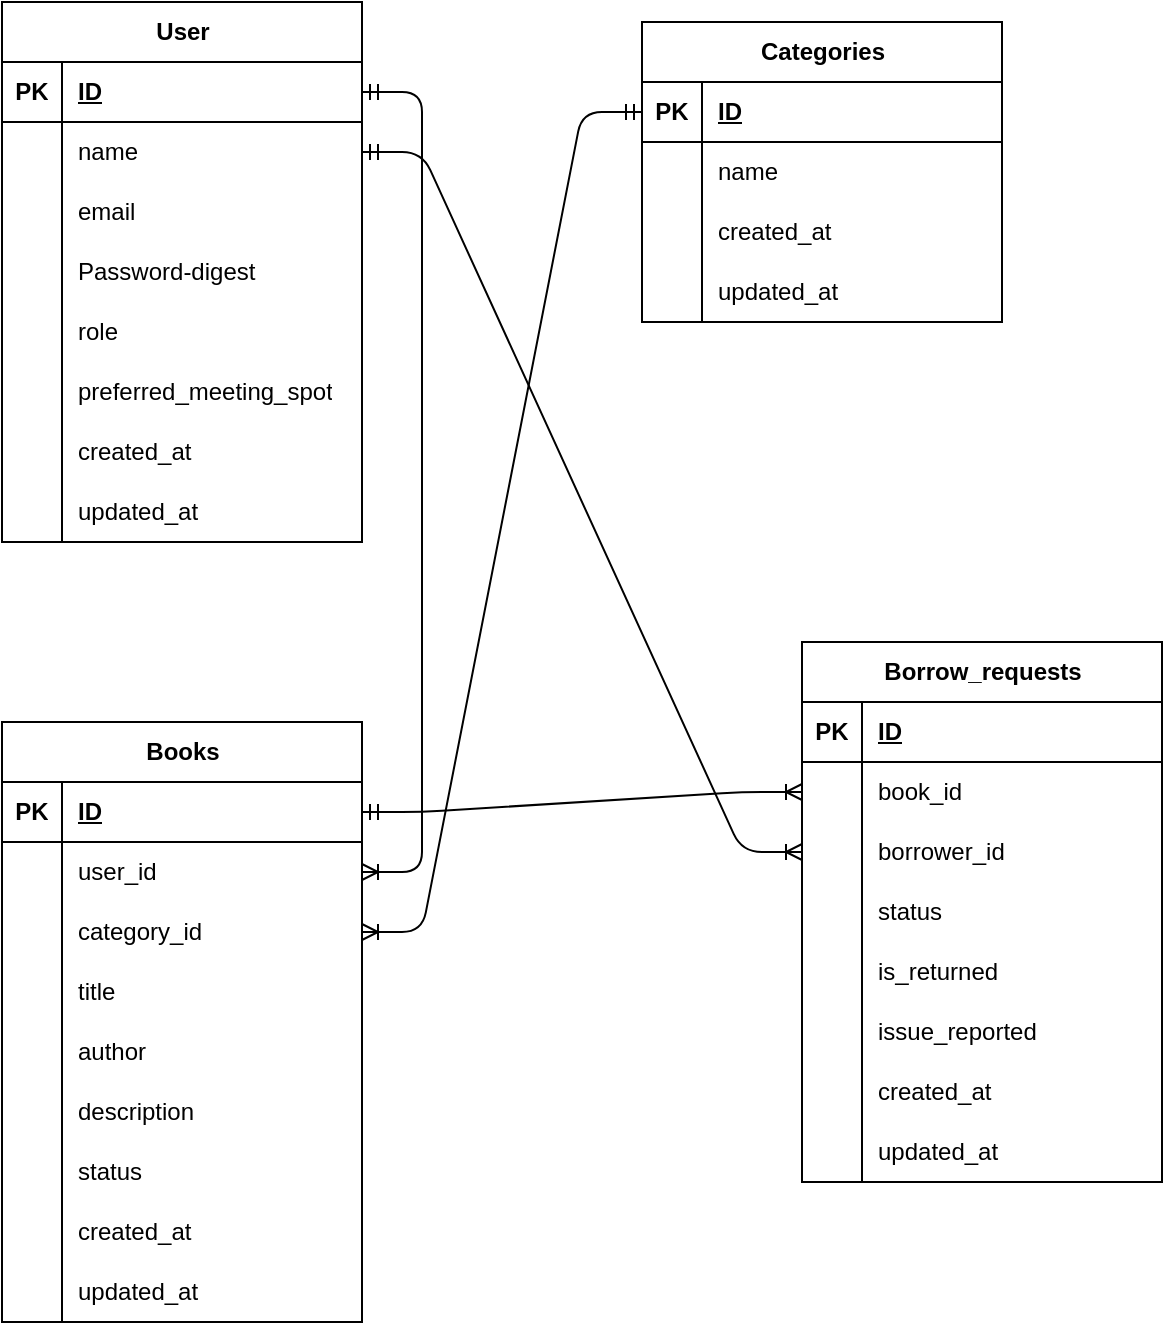
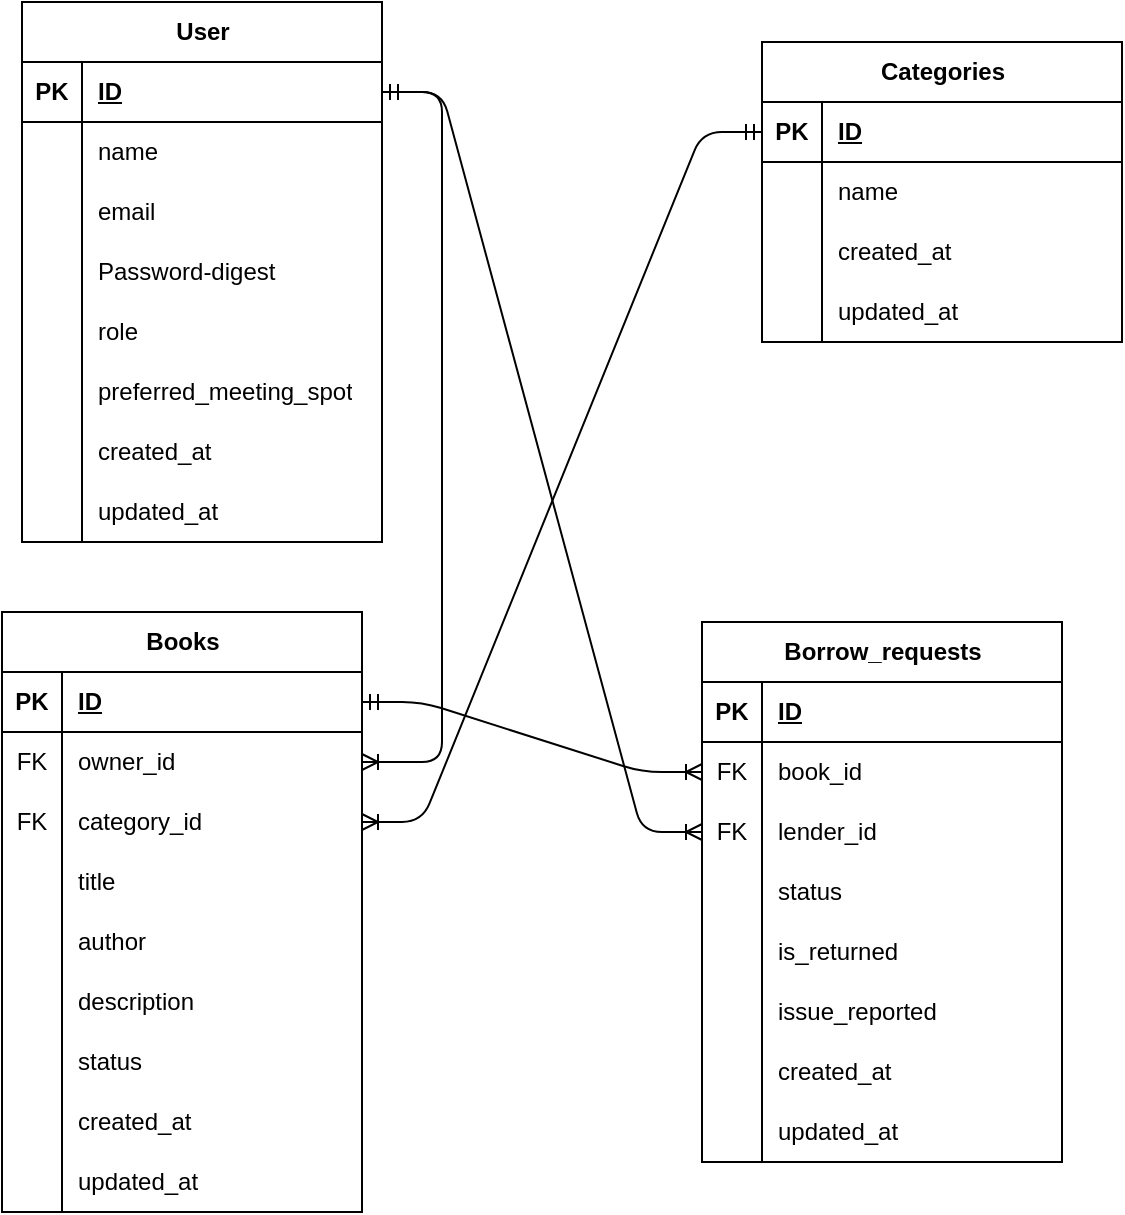
<mxfile host="65bd71144e">
    <diagram id="rldBTorxadMRBkKdOuG4" name="Page-1">
-         <mxGraphModel dx="1002" dy="563" grid="1" gridSize="10" guides="1" tooltips="1" connect="1" arrows="1" fold="1" page="1" pageScale="1" pageWidth="850" pageHeight="1100" math="0" shadow="0">
+         <mxGraphModel dx="1309" dy="719" grid="1" gridSize="10" guides="1" tooltips="1" connect="1" arrows="1" fold="1" page="1" pageScale="1" pageWidth="850" pageHeight="1100" math="0" shadow="0">
            <root>
                <mxCell id="0"/>
                <mxCell id="1" parent="0"/>
                <mxCell id="125" value="User" style="shape=table;startSize=30;container=1;collapsible=1;childLayout=tableLayout;fixedRows=1;rowLines=0;fontStyle=1;align=center;resizeLast=1;html=1;" parent="1" vertex="1">
-                     <mxGeometry x="160" y="40" width="180" height="270" as="geometry"/>
+                     <mxGeometry x="120" y="40" width="180" height="270" as="geometry"/>
                </mxCell>
                <mxCell id="126" value="" style="shape=tableRow;horizontal=0;startSize=0;swimlaneHead=0;swimlaneBody=0;fillColor=none;collapsible=0;dropTarget=0;points=[[0,0.5],[1,0.5]];portConstraint=eastwest;top=0;left=0;right=0;bottom=1;" parent="125" vertex="1">
                    <mxGeometry y="30" width="180" height="30" as="geometry"/>
                </mxCell>
                <mxCell id="127" value="PK" style="shape=partialRectangle;connectable=0;fillColor=none;top=0;left=0;bottom=0;right=0;fontStyle=1;overflow=hidden;whiteSpace=wrap;html=1;" parent="126" vertex="1">
                    <mxGeometry width="30" height="30" as="geometry">
                        <mxRectangle width="30" height="30" as="alternateBounds"/>
                    </mxGeometry>
                </mxCell>
                <mxCell id="128" value="ID" style="shape=partialRectangle;connectable=0;fillColor=none;top=0;left=0;bottom=0;right=0;align=left;spacingLeft=6;fontStyle=5;overflow=hidden;whiteSpace=wrap;html=1;" parent="126" vertex="1">
                    <mxGeometry x="30" width="150" height="30" as="geometry">
                        <mxRectangle width="150" height="30" as="alternateBounds"/>
                    </mxGeometry>
                </mxCell>
                <mxCell id="129" value="" style="shape=tableRow;horizontal=0;startSize=0;swimlaneHead=0;swimlaneBody=0;fillColor=none;collapsible=0;dropTarget=0;points=[[0,0.5],[1,0.5]];portConstraint=eastwest;top=0;left=0;right=0;bottom=0;" parent="125" vertex="1">
                    <mxGeometry y="60" width="180" height="30" as="geometry"/>
                </mxCell>
                <mxCell id="130" value="" style="shape=partialRectangle;connectable=0;fillColor=none;top=0;left=0;bottom=0;right=0;editable=1;overflow=hidden;whiteSpace=wrap;html=1;" parent="129" vertex="1">
                    <mxGeometry width="30" height="30" as="geometry">
                        <mxRectangle width="30" height="30" as="alternateBounds"/>
                    </mxGeometry>
                </mxCell>
                <mxCell id="131" value="name&lt;span style=&quot;white-space: pre;&quot;&gt;&#x9;&lt;/span&gt;" style="shape=partialRectangle;connectable=0;fillColor=none;top=0;left=0;bottom=0;right=0;align=left;spacingLeft=6;overflow=hidden;whiteSpace=wrap;html=1;" parent="129" vertex="1">
                    <mxGeometry x="30" width="150" height="30" as="geometry">
                        <mxRectangle width="150" height="30" as="alternateBounds"/>
                    </mxGeometry>
                </mxCell>
                <mxCell id="132" value="" style="shape=tableRow;horizontal=0;startSize=0;swimlaneHead=0;swimlaneBody=0;fillColor=none;collapsible=0;dropTarget=0;points=[[0,0.5],[1,0.5]];portConstraint=eastwest;top=0;left=0;right=0;bottom=0;" parent="125" vertex="1">
                    <mxGeometry y="90" width="180" height="30" as="geometry"/>
                </mxCell>
                <mxCell id="133" value="" style="shape=partialRectangle;connectable=0;fillColor=none;top=0;left=0;bottom=0;right=0;editable=1;overflow=hidden;whiteSpace=wrap;html=1;" parent="132" vertex="1">
                    <mxGeometry width="30" height="30" as="geometry">
                        <mxRectangle width="30" height="30" as="alternateBounds"/>
                    </mxGeometry>
                </mxCell>
                <mxCell id="134" value="email" style="shape=partialRectangle;connectable=0;fillColor=none;top=0;left=0;bottom=0;right=0;align=left;spacingLeft=6;overflow=hidden;whiteSpace=wrap;html=1;" parent="132" vertex="1">
                    <mxGeometry x="30" width="150" height="30" as="geometry">
                        <mxRectangle width="150" height="30" as="alternateBounds"/>
                    </mxGeometry>
                </mxCell>
                <mxCell id="135" value="" style="shape=tableRow;horizontal=0;startSize=0;swimlaneHead=0;swimlaneBody=0;fillColor=none;collapsible=0;dropTarget=0;points=[[0,0.5],[1,0.5]];portConstraint=eastwest;top=0;left=0;right=0;bottom=0;" parent="125" vertex="1">
                    <mxGeometry y="120" width="180" height="30" as="geometry"/>
                </mxCell>
                <mxCell id="136" value="" style="shape=partialRectangle;connectable=0;fillColor=none;top=0;left=0;bottom=0;right=0;editable=1;overflow=hidden;whiteSpace=wrap;html=1;" parent="135" vertex="1">
                    <mxGeometry width="30" height="30" as="geometry">
                        <mxRectangle width="30" height="30" as="alternateBounds"/>
                    </mxGeometry>
                </mxCell>
                <mxCell id="137" value="Password-digest" style="shape=partialRectangle;connectable=0;fillColor=none;top=0;left=0;bottom=0;right=0;align=left;spacingLeft=6;overflow=hidden;whiteSpace=wrap;html=1;" parent="135" vertex="1">
                    <mxGeometry x="30" width="150" height="30" as="geometry">
                        <mxRectangle width="150" height="30" as="alternateBounds"/>
                    </mxGeometry>
                </mxCell>
                <mxCell id="138" style="shape=tableRow;horizontal=0;startSize=0;swimlaneHead=0;swimlaneBody=0;fillColor=none;collapsible=0;dropTarget=0;points=[[0,0.5],[1,0.5]];portConstraint=eastwest;top=0;left=0;right=0;bottom=0;" parent="125" vertex="1">
                    <mxGeometry y="150" width="180" height="30" as="geometry"/>
                </mxCell>
                <mxCell id="139" style="shape=partialRectangle;connectable=0;fillColor=none;top=0;left=0;bottom=0;right=0;editable=1;overflow=hidden;whiteSpace=wrap;html=1;" parent="138" vertex="1">
                    <mxGeometry width="30" height="30" as="geometry">
                        <mxRectangle width="30" height="30" as="alternateBounds"/>
                    </mxGeometry>
                </mxCell>
                <mxCell id="140" value="role" style="shape=partialRectangle;connectable=0;fillColor=none;top=0;left=0;bottom=0;right=0;align=left;spacingLeft=6;overflow=hidden;whiteSpace=wrap;html=1;" parent="138" vertex="1">
                    <mxGeometry x="30" width="150" height="30" as="geometry">
                        <mxRectangle width="150" height="30" as="alternateBounds"/>
                    </mxGeometry>
                </mxCell>
                <mxCell id="141" style="shape=tableRow;horizontal=0;startSize=0;swimlaneHead=0;swimlaneBody=0;fillColor=none;collapsible=0;dropTarget=0;points=[[0,0.5],[1,0.5]];portConstraint=eastwest;top=0;left=0;right=0;bottom=0;" parent="125" vertex="1">
                    <mxGeometry y="180" width="180" height="30" as="geometry"/>
                </mxCell>
                <mxCell id="142" style="shape=partialRectangle;connectable=0;fillColor=none;top=0;left=0;bottom=0;right=0;editable=1;overflow=hidden;whiteSpace=wrap;html=1;" parent="141" vertex="1">
                    <mxGeometry width="30" height="30" as="geometry">
                        <mxRectangle width="30" height="30" as="alternateBounds"/>
                    </mxGeometry>
                </mxCell>
                <mxCell id="143" value="preferred_meeting_spot" style="shape=partialRectangle;connectable=0;fillColor=none;top=0;left=0;bottom=0;right=0;align=left;spacingLeft=6;overflow=hidden;whiteSpace=wrap;html=1;" parent="141" vertex="1">
                    <mxGeometry x="30" width="150" height="30" as="geometry">
                        <mxRectangle width="150" height="30" as="alternateBounds"/>
                    </mxGeometry>
                </mxCell>
                <mxCell id="144" style="shape=tableRow;horizontal=0;startSize=0;swimlaneHead=0;swimlaneBody=0;fillColor=none;collapsible=0;dropTarget=0;points=[[0,0.5],[1,0.5]];portConstraint=eastwest;top=0;left=0;right=0;bottom=0;" parent="125" vertex="1">
                    <mxGeometry y="210" width="180" height="30" as="geometry"/>
                </mxCell>
                <mxCell id="145" style="shape=partialRectangle;connectable=0;fillColor=none;top=0;left=0;bottom=0;right=0;editable=1;overflow=hidden;whiteSpace=wrap;html=1;" parent="144" vertex="1">
                    <mxGeometry width="30" height="30" as="geometry">
                        <mxRectangle width="30" height="30" as="alternateBounds"/>
                    </mxGeometry>
                </mxCell>
                <mxCell id="146" value="created_at" style="shape=partialRectangle;connectable=0;fillColor=none;top=0;left=0;bottom=0;right=0;align=left;spacingLeft=6;overflow=hidden;whiteSpace=wrap;html=1;" parent="144" vertex="1">
                    <mxGeometry x="30" width="150" height="30" as="geometry">
                        <mxRectangle width="150" height="30" as="alternateBounds"/>
                    </mxGeometry>
                </mxCell>
                <mxCell id="147" style="shape=tableRow;horizontal=0;startSize=0;swimlaneHead=0;swimlaneBody=0;fillColor=none;collapsible=0;dropTarget=0;points=[[0,0.5],[1,0.5]];portConstraint=eastwest;top=0;left=0;right=0;bottom=0;" parent="125" vertex="1">
                    <mxGeometry y="240" width="180" height="30" as="geometry"/>
                </mxCell>
                <mxCell id="148" style="shape=partialRectangle;connectable=0;fillColor=none;top=0;left=0;bottom=0;right=0;editable=1;overflow=hidden;whiteSpace=wrap;html=1;" parent="147" vertex="1">
                    <mxGeometry width="30" height="30" as="geometry">
                        <mxRectangle width="30" height="30" as="alternateBounds"/>
                    </mxGeometry>
                </mxCell>
                <mxCell id="149" value="updated_at" style="shape=partialRectangle;connectable=0;fillColor=none;top=0;left=0;bottom=0;right=0;align=left;spacingLeft=6;overflow=hidden;whiteSpace=wrap;html=1;" parent="147" vertex="1">
                    <mxGeometry x="30" width="150" height="30" as="geometry">
                        <mxRectangle width="150" height="30" as="alternateBounds"/>
                    </mxGeometry>
                </mxCell>
                <mxCell id="150" value="Categories" style="shape=table;startSize=30;container=1;collapsible=1;childLayout=tableLayout;fixedRows=1;rowLines=0;fontStyle=1;align=center;resizeLast=1;html=1;" parent="1" vertex="1">
-                     <mxGeometry x="480" y="50" width="180" height="150" as="geometry"/>
+                     <mxGeometry x="490" y="60" width="180" height="150" as="geometry"/>
                </mxCell>
                <mxCell id="151" value="" style="shape=tableRow;horizontal=0;startSize=0;swimlaneHead=0;swimlaneBody=0;fillColor=none;collapsible=0;dropTarget=0;points=[[0,0.5],[1,0.5]];portConstraint=eastwest;top=0;left=0;right=0;bottom=1;" parent="150" vertex="1">
                    <mxGeometry y="30" width="180" height="30" as="geometry"/>
                </mxCell>
                <mxCell id="152" value="PK" style="shape=partialRectangle;connectable=0;fillColor=none;top=0;left=0;bottom=0;right=0;fontStyle=1;overflow=hidden;whiteSpace=wrap;html=1;" parent="151" vertex="1">
                    <mxGeometry width="30" height="30" as="geometry">
                        <mxRectangle width="30" height="30" as="alternateBounds"/>
                    </mxGeometry>
                </mxCell>
                <mxCell id="153" value="ID" style="shape=partialRectangle;connectable=0;fillColor=none;top=0;left=0;bottom=0;right=0;align=left;spacingLeft=6;fontStyle=5;overflow=hidden;whiteSpace=wrap;html=1;" parent="151" vertex="1">
                    <mxGeometry x="30" width="150" height="30" as="geometry">
                        <mxRectangle width="150" height="30" as="alternateBounds"/>
                    </mxGeometry>
                </mxCell>
                <mxCell id="154" value="" style="shape=tableRow;horizontal=0;startSize=0;swimlaneHead=0;swimlaneBody=0;fillColor=none;collapsible=0;dropTarget=0;points=[[0,0.5],[1,0.5]];portConstraint=eastwest;top=0;left=0;right=0;bottom=0;" parent="150" vertex="1">
                    <mxGeometry y="60" width="180" height="30" as="geometry"/>
                </mxCell>
                <mxCell id="155" value="" style="shape=partialRectangle;connectable=0;fillColor=none;top=0;left=0;bottom=0;right=0;editable=1;overflow=hidden;whiteSpace=wrap;html=1;" parent="154" vertex="1">
                    <mxGeometry width="30" height="30" as="geometry">
                        <mxRectangle width="30" height="30" as="alternateBounds"/>
                    </mxGeometry>
                </mxCell>
                <mxCell id="156" value="name&lt;span style=&quot;white-space: pre;&quot;&gt;&#x9;&lt;/span&gt;" style="shape=partialRectangle;connectable=0;fillColor=none;top=0;left=0;bottom=0;right=0;align=left;spacingLeft=6;overflow=hidden;whiteSpace=wrap;html=1;" parent="154" vertex="1">
                    <mxGeometry x="30" width="150" height="30" as="geometry">
                        <mxRectangle width="150" height="30" as="alternateBounds"/>
                    </mxGeometry>
                </mxCell>
                <mxCell id="169" style="shape=tableRow;horizontal=0;startSize=0;swimlaneHead=0;swimlaneBody=0;fillColor=none;collapsible=0;dropTarget=0;points=[[0,0.5],[1,0.5]];portConstraint=eastwest;top=0;left=0;right=0;bottom=0;" parent="150" vertex="1">
                    <mxGeometry y="90" width="180" height="30" as="geometry"/>
                </mxCell>
                <mxCell id="170" style="shape=partialRectangle;connectable=0;fillColor=none;top=0;left=0;bottom=0;right=0;editable=1;overflow=hidden;whiteSpace=wrap;html=1;" parent="169" vertex="1">
                    <mxGeometry width="30" height="30" as="geometry">
                        <mxRectangle width="30" height="30" as="alternateBounds"/>
                    </mxGeometry>
                </mxCell>
                <mxCell id="171" value="created_at" style="shape=partialRectangle;connectable=0;fillColor=none;top=0;left=0;bottom=0;right=0;align=left;spacingLeft=6;overflow=hidden;whiteSpace=wrap;html=1;" parent="169" vertex="1">
                    <mxGeometry x="30" width="150" height="30" as="geometry">
                        <mxRectangle width="150" height="30" as="alternateBounds"/>
                    </mxGeometry>
                </mxCell>
                <mxCell id="172" style="shape=tableRow;horizontal=0;startSize=0;swimlaneHead=0;swimlaneBody=0;fillColor=none;collapsible=0;dropTarget=0;points=[[0,0.5],[1,0.5]];portConstraint=eastwest;top=0;left=0;right=0;bottom=0;" parent="150" vertex="1">
                    <mxGeometry y="120" width="180" height="30" as="geometry"/>
                </mxCell>
                <mxCell id="173" style="shape=partialRectangle;connectable=0;fillColor=none;top=0;left=0;bottom=0;right=0;editable=1;overflow=hidden;whiteSpace=wrap;html=1;" parent="172" vertex="1">
                    <mxGeometry width="30" height="30" as="geometry">
                        <mxRectangle width="30" height="30" as="alternateBounds"/>
                    </mxGeometry>
                </mxCell>
                <mxCell id="174" value="updated_at" style="shape=partialRectangle;connectable=0;fillColor=none;top=0;left=0;bottom=0;right=0;align=left;spacingLeft=6;overflow=hidden;whiteSpace=wrap;html=1;" parent="172" vertex="1">
                    <mxGeometry x="30" width="150" height="30" as="geometry">
                        <mxRectangle width="150" height="30" as="alternateBounds"/>
                    </mxGeometry>
                </mxCell>
                <mxCell id="178" value="Books" style="shape=table;startSize=30;container=1;collapsible=1;childLayout=tableLayout;fixedRows=1;rowLines=0;fontStyle=1;align=center;resizeLast=1;html=1;" parent="1" vertex="1">
-                     <mxGeometry x="160" y="400" width="180" height="300" as="geometry"/>
+                     <mxGeometry x="110" y="345" width="180" height="300" as="geometry"/>
                </mxCell>
                <mxCell id="179" value="" style="shape=tableRow;horizontal=0;startSize=0;swimlaneHead=0;swimlaneBody=0;fillColor=none;collapsible=0;dropTarget=0;points=[[0,0.5],[1,0.5]];portConstraint=eastwest;top=0;left=0;right=0;bottom=1;" parent="178" vertex="1">
                    <mxGeometry y="30" width="180" height="30" as="geometry"/>
                </mxCell>
                <mxCell id="180" value="PK" style="shape=partialRectangle;connectable=0;fillColor=none;top=0;left=0;bottom=0;right=0;fontStyle=1;overflow=hidden;whiteSpace=wrap;html=1;" parent="179" vertex="1">
                    <mxGeometry width="30" height="30" as="geometry">
                        <mxRectangle width="30" height="30" as="alternateBounds"/>
                    </mxGeometry>
                </mxCell>
                <mxCell id="181" value="ID" style="shape=partialRectangle;connectable=0;fillColor=none;top=0;left=0;bottom=0;right=0;align=left;spacingLeft=6;fontStyle=5;overflow=hidden;whiteSpace=wrap;html=1;" parent="179" vertex="1">
                    <mxGeometry x="30" width="150" height="30" as="geometry">
                        <mxRectangle width="150" height="30" as="alternateBounds"/>
                    </mxGeometry>
                </mxCell>
                <mxCell id="182" value="" style="shape=tableRow;horizontal=0;startSize=0;swimlaneHead=0;swimlaneBody=0;fillColor=none;collapsible=0;dropTarget=0;points=[[0,0.5],[1,0.5]];portConstraint=eastwest;top=0;left=0;right=0;bottom=0;" parent="178" vertex="1">
                    <mxGeometry y="60" width="180" height="30" as="geometry"/>
                </mxCell>
-                 <mxCell id="183" value="" style="shape=partialRectangle;connectable=0;fillColor=none;top=0;left=0;bottom=0;right=0;editable=1;overflow=hidden;whiteSpace=wrap;html=1;" parent="182" vertex="1">
-                     <mxGeometry width="30" height="30" as="geometry">
-                         <mxRectangle width="30" height="30" as="alternateBounds"/>
-                     </mxGeometry>
-                 </mxCell>
-                 <mxCell id="184" value="user_id" style="shape=partialRectangle;connectable=0;fillColor=none;top=0;left=0;bottom=0;right=0;align=left;spacingLeft=6;overflow=hidden;whiteSpace=wrap;html=1;" parent="182" vertex="1">
+                 <mxCell id="183" value="FK" style="shape=partialRectangle;connectable=0;fillColor=none;top=0;left=0;bottom=0;right=0;editable=1;overflow=hidden;whiteSpace=wrap;html=1;" parent="182" vertex="1">
+                     <mxGeometry width="30" height="30" as="geometry">
+                         <mxRectangle width="30" height="30" as="alternateBounds"/>
+                     </mxGeometry>
+                 </mxCell>
+                 <mxCell id="184" value="owner_id" style="shape=partialRectangle;connectable=0;fillColor=none;top=0;left=0;bottom=0;right=0;align=left;spacingLeft=6;overflow=hidden;whiteSpace=wrap;html=1;" parent="182" vertex="1">
                    <mxGeometry x="30" width="150" height="30" as="geometry">
                        <mxRectangle width="150" height="30" as="alternateBounds"/>
                    </mxGeometry>
                </mxCell>
                <mxCell id="185" value="" style="shape=tableRow;horizontal=0;startSize=0;swimlaneHead=0;swimlaneBody=0;fillColor=none;collapsible=0;dropTarget=0;points=[[0,0.5],[1,0.5]];portConstraint=eastwest;top=0;left=0;right=0;bottom=0;" parent="178" vertex="1">
                    <mxGeometry y="90" width="180" height="30" as="geometry"/>
                </mxCell>
-                 <mxCell id="186" value="" style="shape=partialRectangle;connectable=0;fillColor=none;top=0;left=0;bottom=0;right=0;editable=1;overflow=hidden;whiteSpace=wrap;html=1;" parent="185" vertex="1">
+                 <mxCell id="186" value="FK" style="shape=partialRectangle;connectable=0;fillColor=none;top=0;left=0;bottom=0;right=0;editable=1;overflow=hidden;whiteSpace=wrap;html=1;" parent="185" vertex="1">
                    <mxGeometry width="30" height="30" as="geometry">
                        <mxRectangle width="30" height="30" as="alternateBounds"/>
                    </mxGeometry>
                </mxCell>
                <mxCell id="187" value="category_id" style="shape=partialRectangle;connectable=0;fillColor=none;top=0;left=0;bottom=0;right=0;align=left;spacingLeft=6;overflow=hidden;whiteSpace=wrap;html=1;" parent="185" vertex="1">
                    <mxGeometry x="30" width="150" height="30" as="geometry">
                        <mxRectangle width="150" height="30" as="alternateBounds"/>
                    </mxGeometry>
                </mxCell>
                <mxCell id="188" value="" style="shape=tableRow;horizontal=0;startSize=0;swimlaneHead=0;swimlaneBody=0;fillColor=none;collapsible=0;dropTarget=0;points=[[0,0.5],[1,0.5]];portConstraint=eastwest;top=0;left=0;right=0;bottom=0;" parent="178" vertex="1">
                    <mxGeometry y="120" width="180" height="30" as="geometry"/>
                </mxCell>
                <mxCell id="189" value="" style="shape=partialRectangle;connectable=0;fillColor=none;top=0;left=0;bottom=0;right=0;editable=1;overflow=hidden;whiteSpace=wrap;html=1;" parent="188" vertex="1">
                    <mxGeometry width="30" height="30" as="geometry">
                        <mxRectangle width="30" height="30" as="alternateBounds"/>
                    </mxGeometry>
                </mxCell>
                <mxCell id="190" value="title" style="shape=partialRectangle;connectable=0;fillColor=none;top=0;left=0;bottom=0;right=0;align=left;spacingLeft=6;overflow=hidden;whiteSpace=wrap;html=1;" parent="188" vertex="1">
                    <mxGeometry x="30" width="150" height="30" as="geometry">
                        <mxRectangle width="150" height="30" as="alternateBounds"/>
                    </mxGeometry>
                </mxCell>
                <mxCell id="191" style="shape=tableRow;horizontal=0;startSize=0;swimlaneHead=0;swimlaneBody=0;fillColor=none;collapsible=0;dropTarget=0;points=[[0,0.5],[1,0.5]];portConstraint=eastwest;top=0;left=0;right=0;bottom=0;" parent="178" vertex="1">
                    <mxGeometry y="150" width="180" height="30" as="geometry"/>
                </mxCell>
                <mxCell id="192" style="shape=partialRectangle;connectable=0;fillColor=none;top=0;left=0;bottom=0;right=0;editable=1;overflow=hidden;whiteSpace=wrap;html=1;" parent="191" vertex="1">
                    <mxGeometry width="30" height="30" as="geometry">
                        <mxRectangle width="30" height="30" as="alternateBounds"/>
                    </mxGeometry>
                </mxCell>
                <mxCell id="193" value="author" style="shape=partialRectangle;connectable=0;fillColor=none;top=0;left=0;bottom=0;right=0;align=left;spacingLeft=6;overflow=hidden;whiteSpace=wrap;html=1;" parent="191" vertex="1">
                    <mxGeometry x="30" width="150" height="30" as="geometry">
                        <mxRectangle width="150" height="30" as="alternateBounds"/>
                    </mxGeometry>
                </mxCell>
                <mxCell id="194" style="shape=tableRow;horizontal=0;startSize=0;swimlaneHead=0;swimlaneBody=0;fillColor=none;collapsible=0;dropTarget=0;points=[[0,0.5],[1,0.5]];portConstraint=eastwest;top=0;left=0;right=0;bottom=0;" parent="178" vertex="1">
                    <mxGeometry y="180" width="180" height="30" as="geometry"/>
                </mxCell>
                <mxCell id="195" style="shape=partialRectangle;connectable=0;fillColor=none;top=0;left=0;bottom=0;right=0;editable=1;overflow=hidden;whiteSpace=wrap;html=1;" parent="194" vertex="1">
                    <mxGeometry width="30" height="30" as="geometry">
                        <mxRectangle width="30" height="30" as="alternateBounds"/>
                    </mxGeometry>
                </mxCell>
                <mxCell id="196" value="description" style="shape=partialRectangle;connectable=0;fillColor=none;top=0;left=0;bottom=0;right=0;align=left;spacingLeft=6;overflow=hidden;whiteSpace=wrap;html=1;" parent="194" vertex="1">
                    <mxGeometry x="30" width="150" height="30" as="geometry">
                        <mxRectangle width="150" height="30" as="alternateBounds"/>
                    </mxGeometry>
                </mxCell>
                <mxCell id="203" style="shape=tableRow;horizontal=0;startSize=0;swimlaneHead=0;swimlaneBody=0;fillColor=none;collapsible=0;dropTarget=0;points=[[0,0.5],[1,0.5]];portConstraint=eastwest;top=0;left=0;right=0;bottom=0;" parent="178" vertex="1">
                    <mxGeometry y="210" width="180" height="30" as="geometry"/>
                </mxCell>
                <mxCell id="204" style="shape=partialRectangle;connectable=0;fillColor=none;top=0;left=0;bottom=0;right=0;editable=1;overflow=hidden;whiteSpace=wrap;html=1;" parent="203" vertex="1">
                    <mxGeometry width="30" height="30" as="geometry">
                        <mxRectangle width="30" height="30" as="alternateBounds"/>
                    </mxGeometry>
                </mxCell>
                <mxCell id="205" value="status" style="shape=partialRectangle;connectable=0;fillColor=none;top=0;left=0;bottom=0;right=0;align=left;spacingLeft=6;overflow=hidden;whiteSpace=wrap;html=1;" parent="203" vertex="1">
                    <mxGeometry x="30" width="150" height="30" as="geometry">
                        <mxRectangle width="150" height="30" as="alternateBounds"/>
                    </mxGeometry>
                </mxCell>
                <mxCell id="197" style="shape=tableRow;horizontal=0;startSize=0;swimlaneHead=0;swimlaneBody=0;fillColor=none;collapsible=0;dropTarget=0;points=[[0,0.5],[1,0.5]];portConstraint=eastwest;top=0;left=0;right=0;bottom=0;" parent="178" vertex="1">
                    <mxGeometry y="240" width="180" height="30" as="geometry"/>
                </mxCell>
                <mxCell id="198" style="shape=partialRectangle;connectable=0;fillColor=none;top=0;left=0;bottom=0;right=0;editable=1;overflow=hidden;whiteSpace=wrap;html=1;" parent="197" vertex="1">
                    <mxGeometry width="30" height="30" as="geometry">
                        <mxRectangle width="30" height="30" as="alternateBounds"/>
                    </mxGeometry>
                </mxCell>
                <mxCell id="199" value="created_at" style="shape=partialRectangle;connectable=0;fillColor=none;top=0;left=0;bottom=0;right=0;align=left;spacingLeft=6;overflow=hidden;whiteSpace=wrap;html=1;" parent="197" vertex="1">
                    <mxGeometry x="30" width="150" height="30" as="geometry">
                        <mxRectangle width="150" height="30" as="alternateBounds"/>
                    </mxGeometry>
                </mxCell>
                <mxCell id="200" style="shape=tableRow;horizontal=0;startSize=0;swimlaneHead=0;swimlaneBody=0;fillColor=none;collapsible=0;dropTarget=0;points=[[0,0.5],[1,0.5]];portConstraint=eastwest;top=0;left=0;right=0;bottom=0;" parent="178" vertex="1">
                    <mxGeometry y="270" width="180" height="30" as="geometry"/>
                </mxCell>
                <mxCell id="201" style="shape=partialRectangle;connectable=0;fillColor=none;top=0;left=0;bottom=0;right=0;editable=1;overflow=hidden;whiteSpace=wrap;html=1;" parent="200" vertex="1">
                    <mxGeometry width="30" height="30" as="geometry">
                        <mxRectangle width="30" height="30" as="alternateBounds"/>
                    </mxGeometry>
                </mxCell>
                <mxCell id="202" value="updated_at" style="shape=partialRectangle;connectable=0;fillColor=none;top=0;left=0;bottom=0;right=0;align=left;spacingLeft=6;overflow=hidden;whiteSpace=wrap;html=1;" parent="200" vertex="1">
                    <mxGeometry x="30" width="150" height="30" as="geometry">
                        <mxRectangle width="150" height="30" as="alternateBounds"/>
                    </mxGeometry>
                </mxCell>
                <mxCell id="219" value="Borrow_requests" style="shape=table;startSize=30;container=1;collapsible=1;childLayout=tableLayout;fixedRows=1;rowLines=0;fontStyle=1;align=center;resizeLast=1;html=1;" parent="1" vertex="1">
-                     <mxGeometry x="560" y="360" width="180" height="270" as="geometry"/>
+                     <mxGeometry x="460" y="350" width="180" height="270" as="geometry"/>
                </mxCell>
                <mxCell id="220" value="" style="shape=tableRow;horizontal=0;startSize=0;swimlaneHead=0;swimlaneBody=0;fillColor=none;collapsible=0;dropTarget=0;points=[[0,0.5],[1,0.5]];portConstraint=eastwest;top=0;left=0;right=0;bottom=1;" parent="219" vertex="1">
                    <mxGeometry y="30" width="180" height="30" as="geometry"/>
                </mxCell>
                <mxCell id="221" value="PK" style="shape=partialRectangle;connectable=0;fillColor=none;top=0;left=0;bottom=0;right=0;fontStyle=1;overflow=hidden;whiteSpace=wrap;html=1;" parent="220" vertex="1">
                    <mxGeometry width="30" height="30" as="geometry">
                        <mxRectangle width="30" height="30" as="alternateBounds"/>
                    </mxGeometry>
                </mxCell>
                <mxCell id="222" value="ID" style="shape=partialRectangle;connectable=0;fillColor=none;top=0;left=0;bottom=0;right=0;align=left;spacingLeft=6;fontStyle=5;overflow=hidden;whiteSpace=wrap;html=1;" parent="220" vertex="1">
                    <mxGeometry x="30" width="150" height="30" as="geometry">
                        <mxRectangle width="150" height="30" as="alternateBounds"/>
                    </mxGeometry>
                </mxCell>
                <mxCell id="223" value="" style="shape=tableRow;horizontal=0;startSize=0;swimlaneHead=0;swimlaneBody=0;fillColor=none;collapsible=0;dropTarget=0;points=[[0,0.5],[1,0.5]];portConstraint=eastwest;top=0;left=0;right=0;bottom=0;" parent="219" vertex="1">
                    <mxGeometry y="60" width="180" height="30" as="geometry"/>
                </mxCell>
-                 <mxCell id="224" value="" style="shape=partialRectangle;connectable=0;fillColor=none;top=0;left=0;bottom=0;right=0;editable=1;overflow=hidden;whiteSpace=wrap;html=1;" parent="223" vertex="1">
+                 <mxCell id="224" value="FK" style="shape=partialRectangle;connectable=0;fillColor=none;top=0;left=0;bottom=0;right=0;editable=1;overflow=hidden;whiteSpace=wrap;html=1;" parent="223" vertex="1">
                    <mxGeometry width="30" height="30" as="geometry">
                        <mxRectangle width="30" height="30" as="alternateBounds"/>
                    </mxGeometry>
                </mxCell>
                <mxCell id="225" value="book_id" style="shape=partialRectangle;connectable=0;fillColor=none;top=0;left=0;bottom=0;right=0;align=left;spacingLeft=6;overflow=hidden;whiteSpace=wrap;html=1;" parent="223" vertex="1">
                    <mxGeometry x="30" width="150" height="30" as="geometry">
                        <mxRectangle width="150" height="30" as="alternateBounds"/>
                    </mxGeometry>
                </mxCell>
                <mxCell id="226" value="" style="shape=tableRow;horizontal=0;startSize=0;swimlaneHead=0;swimlaneBody=0;fillColor=none;collapsible=0;dropTarget=0;points=[[0,0.5],[1,0.5]];portConstraint=eastwest;top=0;left=0;right=0;bottom=0;" parent="219" vertex="1">
                    <mxGeometry y="90" width="180" height="30" as="geometry"/>
                </mxCell>
-                 <mxCell id="227" value="" style="shape=partialRectangle;connectable=0;fillColor=none;top=0;left=0;bottom=0;right=0;editable=1;overflow=hidden;whiteSpace=wrap;html=1;" parent="226" vertex="1">
-                     <mxGeometry width="30" height="30" as="geometry">
-                         <mxRectangle width="30" height="30" as="alternateBounds"/>
-                     </mxGeometry>
-                 </mxCell>
-                 <mxCell id="228" value="borrower_id" style="shape=partialRectangle;connectable=0;fillColor=none;top=0;left=0;bottom=0;right=0;align=left;spacingLeft=6;overflow=hidden;whiteSpace=wrap;html=1;" parent="226" vertex="1">
+                 <mxCell id="227" value="FK" style="shape=partialRectangle;connectable=0;fillColor=none;top=0;left=0;bottom=0;right=0;editable=1;overflow=hidden;whiteSpace=wrap;html=1;" parent="226" vertex="1">
+                     <mxGeometry width="30" height="30" as="geometry">
+                         <mxRectangle width="30" height="30" as="alternateBounds"/>
+                     </mxGeometry>
+                 </mxCell>
+                 <mxCell id="228" value="lender_id" style="shape=partialRectangle;connectable=0;fillColor=none;top=0;left=0;bottom=0;right=0;align=left;spacingLeft=6;overflow=hidden;whiteSpace=wrap;html=1;" parent="226" vertex="1">
                    <mxGeometry x="30" width="150" height="30" as="geometry">
                        <mxRectangle width="150" height="30" as="alternateBounds"/>
                    </mxGeometry>
                </mxCell>
                <mxCell id="229" value="" style="shape=tableRow;horizontal=0;startSize=0;swimlaneHead=0;swimlaneBody=0;fillColor=none;collapsible=0;dropTarget=0;points=[[0,0.5],[1,0.5]];portConstraint=eastwest;top=0;left=0;right=0;bottom=0;" parent="219" vertex="1">
                    <mxGeometry y="120" width="180" height="30" as="geometry"/>
                </mxCell>
                <mxCell id="230" value="" style="shape=partialRectangle;connectable=0;fillColor=none;top=0;left=0;bottom=0;right=0;editable=1;overflow=hidden;whiteSpace=wrap;html=1;" parent="229" vertex="1">
                    <mxGeometry width="30" height="30" as="geometry">
                        <mxRectangle width="30" height="30" as="alternateBounds"/>
                    </mxGeometry>
                </mxCell>
                <mxCell id="231" value="status" style="shape=partialRectangle;connectable=0;fillColor=none;top=0;left=0;bottom=0;right=0;align=left;spacingLeft=6;overflow=hidden;whiteSpace=wrap;html=1;" parent="229" vertex="1">
                    <mxGeometry x="30" width="150" height="30" as="geometry">
                        <mxRectangle width="150" height="30" as="alternateBounds"/>
                    </mxGeometry>
                </mxCell>
                <mxCell id="232" style="shape=tableRow;horizontal=0;startSize=0;swimlaneHead=0;swimlaneBody=0;fillColor=none;collapsible=0;dropTarget=0;points=[[0,0.5],[1,0.5]];portConstraint=eastwest;top=0;left=0;right=0;bottom=0;" parent="219" vertex="1">
                    <mxGeometry y="150" width="180" height="30" as="geometry"/>
                </mxCell>
                <mxCell id="233" style="shape=partialRectangle;connectable=0;fillColor=none;top=0;left=0;bottom=0;right=0;editable=1;overflow=hidden;whiteSpace=wrap;html=1;" parent="232" vertex="1">
                    <mxGeometry width="30" height="30" as="geometry">
                        <mxRectangle width="30" height="30" as="alternateBounds"/>
                    </mxGeometry>
                </mxCell>
                <mxCell id="234" value="is_returned" style="shape=partialRectangle;connectable=0;fillColor=none;top=0;left=0;bottom=0;right=0;align=left;spacingLeft=6;overflow=hidden;whiteSpace=wrap;html=1;" parent="232" vertex="1">
                    <mxGeometry x="30" width="150" height="30" as="geometry">
                        <mxRectangle width="150" height="30" as="alternateBounds"/>
                    </mxGeometry>
                </mxCell>
                <mxCell id="235" style="shape=tableRow;horizontal=0;startSize=0;swimlaneHead=0;swimlaneBody=0;fillColor=none;collapsible=0;dropTarget=0;points=[[0,0.5],[1,0.5]];portConstraint=eastwest;top=0;left=0;right=0;bottom=0;" parent="219" vertex="1">
                    <mxGeometry y="180" width="180" height="30" as="geometry"/>
                </mxCell>
                <mxCell id="236" style="shape=partialRectangle;connectable=0;fillColor=none;top=0;left=0;bottom=0;right=0;editable=1;overflow=hidden;whiteSpace=wrap;html=1;" parent="235" vertex="1">
                    <mxGeometry width="30" height="30" as="geometry">
                        <mxRectangle width="30" height="30" as="alternateBounds"/>
                    </mxGeometry>
                </mxCell>
                <mxCell id="237" value="issue_reported" style="shape=partialRectangle;connectable=0;fillColor=none;top=0;left=0;bottom=0;right=0;align=left;spacingLeft=6;overflow=hidden;whiteSpace=wrap;html=1;" parent="235" vertex="1">
                    <mxGeometry x="30" width="150" height="30" as="geometry">
                        <mxRectangle width="150" height="30" as="alternateBounds"/>
                    </mxGeometry>
                </mxCell>
                <mxCell id="238" style="shape=tableRow;horizontal=0;startSize=0;swimlaneHead=0;swimlaneBody=0;fillColor=none;collapsible=0;dropTarget=0;points=[[0,0.5],[1,0.5]];portConstraint=eastwest;top=0;left=0;right=0;bottom=0;" parent="219" vertex="1">
                    <mxGeometry y="210" width="180" height="30" as="geometry"/>
                </mxCell>
                <mxCell id="239" style="shape=partialRectangle;connectable=0;fillColor=none;top=0;left=0;bottom=0;right=0;editable=1;overflow=hidden;whiteSpace=wrap;html=1;" parent="238" vertex="1">
                    <mxGeometry width="30" height="30" as="geometry">
                        <mxRectangle width="30" height="30" as="alternateBounds"/>
                    </mxGeometry>
                </mxCell>
                <mxCell id="240" value="created_at" style="shape=partialRectangle;connectable=0;fillColor=none;top=0;left=0;bottom=0;right=0;align=left;spacingLeft=6;overflow=hidden;whiteSpace=wrap;html=1;" parent="238" vertex="1">
                    <mxGeometry x="30" width="150" height="30" as="geometry">
                        <mxRectangle width="150" height="30" as="alternateBounds"/>
                    </mxGeometry>
                </mxCell>
                <mxCell id="241" style="shape=tableRow;horizontal=0;startSize=0;swimlaneHead=0;swimlaneBody=0;fillColor=none;collapsible=0;dropTarget=0;points=[[0,0.5],[1,0.5]];portConstraint=eastwest;top=0;left=0;right=0;bottom=0;" parent="219" vertex="1">
                    <mxGeometry y="240" width="180" height="30" as="geometry"/>
                </mxCell>
                <mxCell id="242" style="shape=partialRectangle;connectable=0;fillColor=none;top=0;left=0;bottom=0;right=0;editable=1;overflow=hidden;whiteSpace=wrap;html=1;" parent="241" vertex="1">
                    <mxGeometry width="30" height="30" as="geometry">
                        <mxRectangle width="30" height="30" as="alternateBounds"/>
                    </mxGeometry>
                </mxCell>
                <mxCell id="243" value="updated_at" style="shape=partialRectangle;connectable=0;fillColor=none;top=0;left=0;bottom=0;right=0;align=left;spacingLeft=6;overflow=hidden;whiteSpace=wrap;html=1;" parent="241" vertex="1">
                    <mxGeometry x="30" width="150" height="30" as="geometry">
                        <mxRectangle width="150" height="30" as="alternateBounds"/>
                    </mxGeometry>
                </mxCell>
-                 <mxCell id="244" value="" style="edgeStyle=entityRelationEdgeStyle;fontSize=12;html=1;endArrow=ERoneToMany;startArrow=ERmandOne;exitX=1;exitY=0.5;exitDx=0;exitDy=0;entryX=1;entryY=0.5;entryDx=0;entryDy=0;" edge="1" parent="1" source="126" target="182">
+                 <mxCell id="244" value="" style="edgeStyle=entityRelationEdgeStyle;fontSize=12;html=1;endArrow=ERoneToMany;startArrow=ERmandOne;entryX=1;entryY=0.5;entryDx=0;entryDy=0;" parent="1" target="182" edge="1">
                    <mxGeometry width="100" height="100" relative="1" as="geometry">
-                         <mxPoint x="370" y="240" as="sourcePoint"/>
+                         <mxPoint x="300" y="85" as="sourcePoint"/>
                        <mxPoint x="470" y="140" as="targetPoint"/>
-                     </mxGeometry>
-                 </mxCell>
-                 <mxCell id="245" value="" style="edgeStyle=entityRelationEdgeStyle;fontSize=12;html=1;endArrow=ERoneToMany;startArrow=ERmandOne;exitX=0;exitY=0.5;exitDx=0;exitDy=0;entryX=1;entryY=0.5;entryDx=0;entryDy=0;" edge="1" parent="1" source="151" target="185">
+                         <Array as="points">
+                             <mxPoint x="360" y="170"/>
+                             <mxPoint x="330" y="160"/>
+                             <mxPoint x="360" y="170"/>
+                         </Array>
+                     </mxGeometry>
+                 </mxCell>
+                 <mxCell id="245" value="" style="edgeStyle=entityRelationEdgeStyle;fontSize=12;html=1;endArrow=ERoneToMany;startArrow=ERmandOne;exitX=0;exitY=0.5;exitDx=0;exitDy=0;entryX=1;entryY=0.5;entryDx=0;entryDy=0;" parent="1" source="151" target="185" edge="1">
                    <mxGeometry width="100" height="100" relative="1" as="geometry">
                        <mxPoint x="370" y="340" as="sourcePoint"/>
                        <mxPoint x="470" y="240" as="targetPoint"/>
                    </mxGeometry>
                </mxCell>
-                 <mxCell id="246" value="" style="edgeStyle=entityRelationEdgeStyle;fontSize=12;html=1;endArrow=ERoneToMany;startArrow=ERmandOne;entryX=0;entryY=0.5;entryDx=0;entryDy=0;exitX=1;exitY=0.5;exitDx=0;exitDy=0;" edge="1" parent="1" source="129" target="226">
+                 <mxCell id="246" value="" style="edgeStyle=entityRelationEdgeStyle;fontSize=12;html=1;endArrow=ERoneToMany;startArrow=ERmandOne;entryX=0;entryY=0.5;entryDx=0;entryDy=0;exitX=1;exitY=0.5;exitDx=0;exitDy=0;" parent="1" source="126" target="226" edge="1">
                    <mxGeometry width="100" height="100" relative="1" as="geometry">
                        <mxPoint x="370" y="340" as="sourcePoint"/>
                        <mxPoint x="470" y="240" as="targetPoint"/>
                    </mxGeometry>
                </mxCell>
-                 <mxCell id="247" value="" style="edgeStyle=entityRelationEdgeStyle;fontSize=12;html=1;endArrow=ERoneToMany;startArrow=ERmandOne;exitX=1;exitY=0.5;exitDx=0;exitDy=0;entryX=0;entryY=0.5;entryDx=0;entryDy=0;" edge="1" parent="1" source="179" target="223">
+                 <mxCell id="247" value="" style="edgeStyle=entityRelationEdgeStyle;fontSize=12;html=1;endArrow=ERoneToMany;startArrow=ERmandOne;exitX=1;exitY=0.5;exitDx=0;exitDy=0;entryX=0;entryY=0.5;entryDx=0;entryDy=0;" parent="1" source="179" target="223" edge="1">
                    <mxGeometry width="100" height="100" relative="1" as="geometry">
                        <mxPoint x="370" y="440" as="sourcePoint"/>
                        <mxPoint x="470" y="340" as="targetPoint"/>
                    </mxGeometry>
                </mxCell>
            </root>
        </mxGraphModel>
    </diagram>
</mxfile>